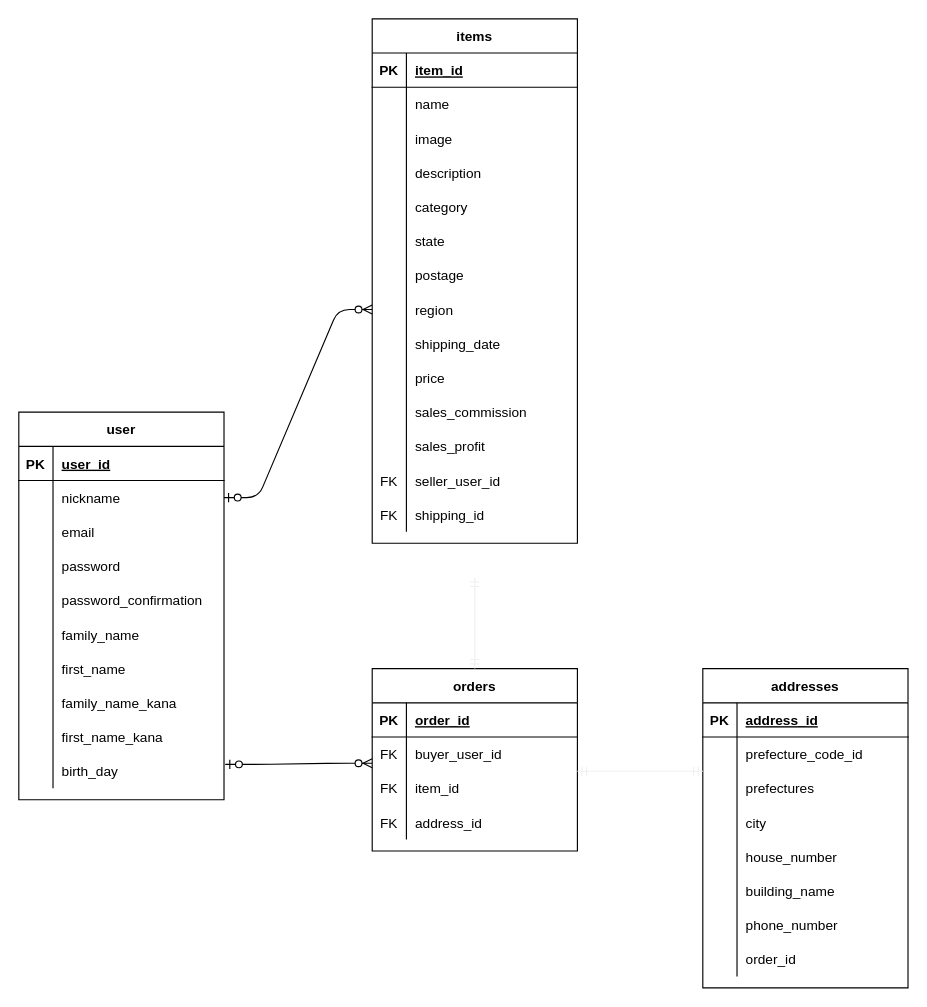
Before: furima-3448.dio in pyontarou/furima-34478, a draw.io diagram. Source tidied: cells renumbered, new cells numbered last; positions are measured from the earlier drawing's top-left corner, leaving out a move shared by most shapes. Both pictures are drawn from the tidied source at 114%, with x=0, y=0 at pixel (18, 18).
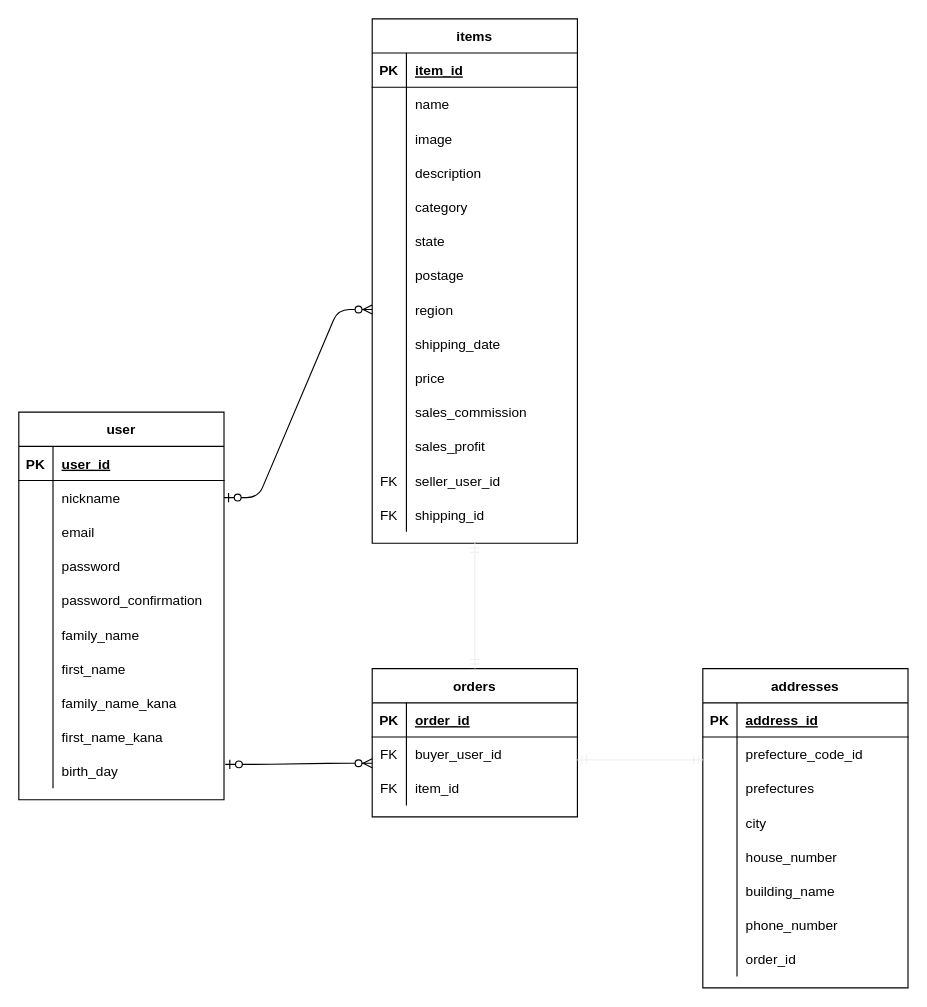
The same diagram, later.

Commit message (it also covers changes not shown here):
データベース設計修正_3

What changed in the source:
```diff
@@
     <mxCell id="33" value="orders" style="shape=table;startSize=30;childLayout=tableLayout;rowLines=0;fontStyle=1;align=center;" parent="1" vertex="1">
-      <mxGeometry x="310" y="570" width="180" height="160" as="geometry" />
+      <mxGeometry x="310" y="570" width="180" height="130" as="geometry" />
     </mxCell>
@@
-    <mxCell id="43" style="shape=partialRectangle;fillColor=none;top=0;left=0;bottom=0;right=0;" parent="33" vertex="1">
-      <mxGeometry y="120" width="180" height="30" as="geometry" />
-    </mxCell>
-    <mxCell id="44" value="FK" style="shape=partialRectangle;fillColor=none;top=0;left=0;bottom=0;right=0;overflow=hidden;" parent="43" vertex="1">
-      <mxGeometry width="30" height="30" as="geometry" />
-    </mxCell>
-    <mxCell id="45" value="address_id" style="shape=partialRectangle;fillColor=none;top=0;left=0;bottom=0;right=0;align=left;spacingLeft=6;overflow=hidden;" parent="43" vertex="1">
-      <mxGeometry x="30" width="150" height="30" as="geometry" />
-    </mxCell>
@@
     <mxCell id="91" style="fontSize=12;html=1;endArrow=ERmandOne;startArrow=ERmandOne;strokeColor=#f0f0f0;exitX=0.5;exitY=0;exitDx=0;exitDy=0;" parent="1" edge="1" source="33">
       <mxGeometry relative="1" as="geometry">
-        <mxPoint x="400" y="490" as="targetPoint" />
+        <mxPoint x="400" y="460" as="targetPoint" />
       </mxGeometry>
     </mxCell>
@@
-    <mxCell id="117" style="fontSize=12;html=1;endArrow=ERmandOne;startArrow=ERmandOne;strokeColor=#f0f0f0;" parent="1" edge="1">
-      <mxGeometry relative="1" as="geometry">
-        <mxPoint x="490" y="660" as="sourcePoint" />
-        <mxPoint x="600" y="660" as="targetPoint" />
-      </mxGeometry>
-    </mxCell>
+    <mxCell id="118" style="fontSize=12;html=1;endArrow=ERmandOne;startArrow=ERmandOne;strokeColor=#f0f0f0;" parent="1" edge="1">
+      <mxGeometry relative="1" as="geometry">
+        <mxPoint x="600" y="650" as="sourcePoint" />
+        <mxPoint x="490" y="650" as="targetPoint" />
+      </mxGeometry>
+    </mxCell>
```
